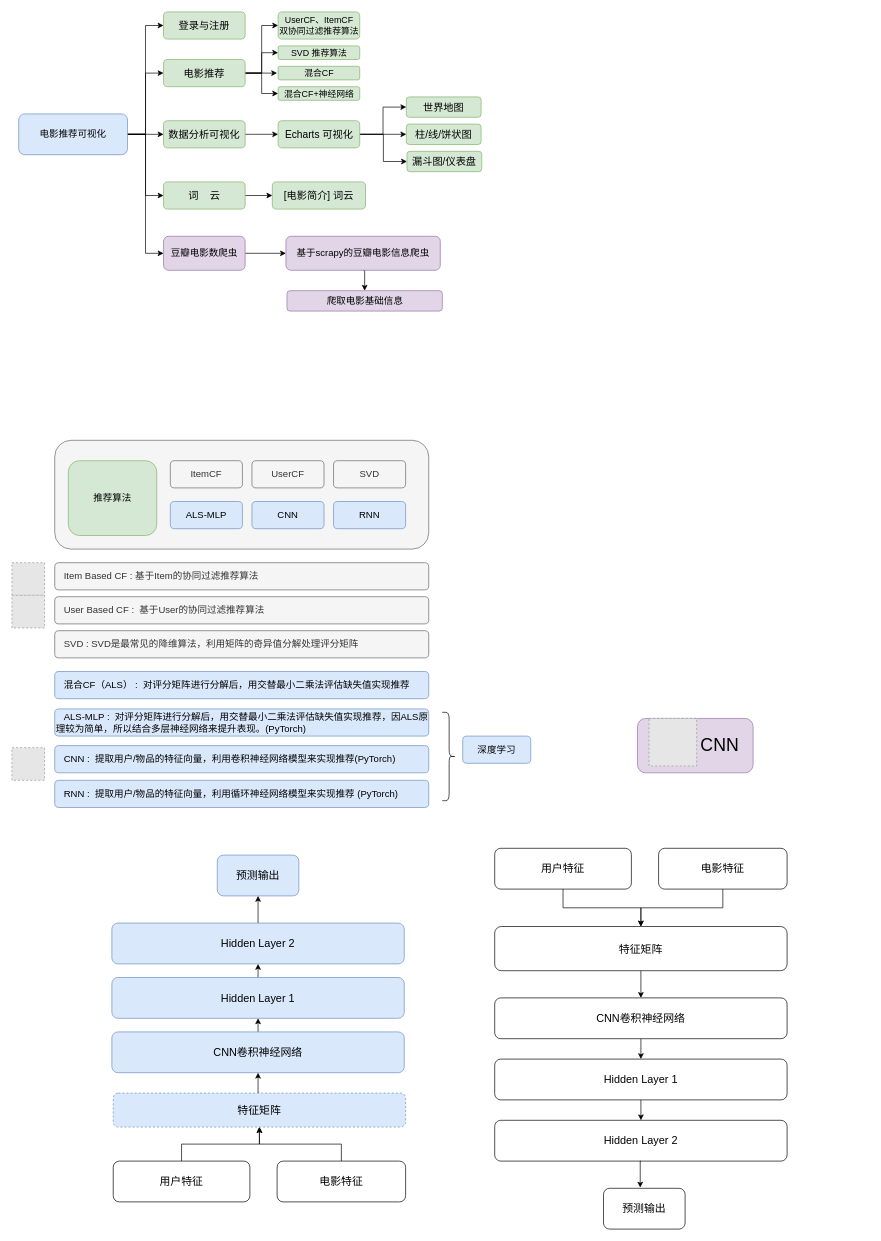
Before: FLASK/25-CNN电影推荐可视化.drawio in redcomet88/DRAW, a draw.io diagram. Source tidied: cells renumbered, new cells numbered last; positions are measured from the earlier drawing's top-left corner, leaving out a move shared by most shapes. Both pictures are drawn from the tidied source at 68%, with x=0, y=0 at pixel (12, 12). Pictures stored in the file or linked from it are replaced by grey dashed boxes.
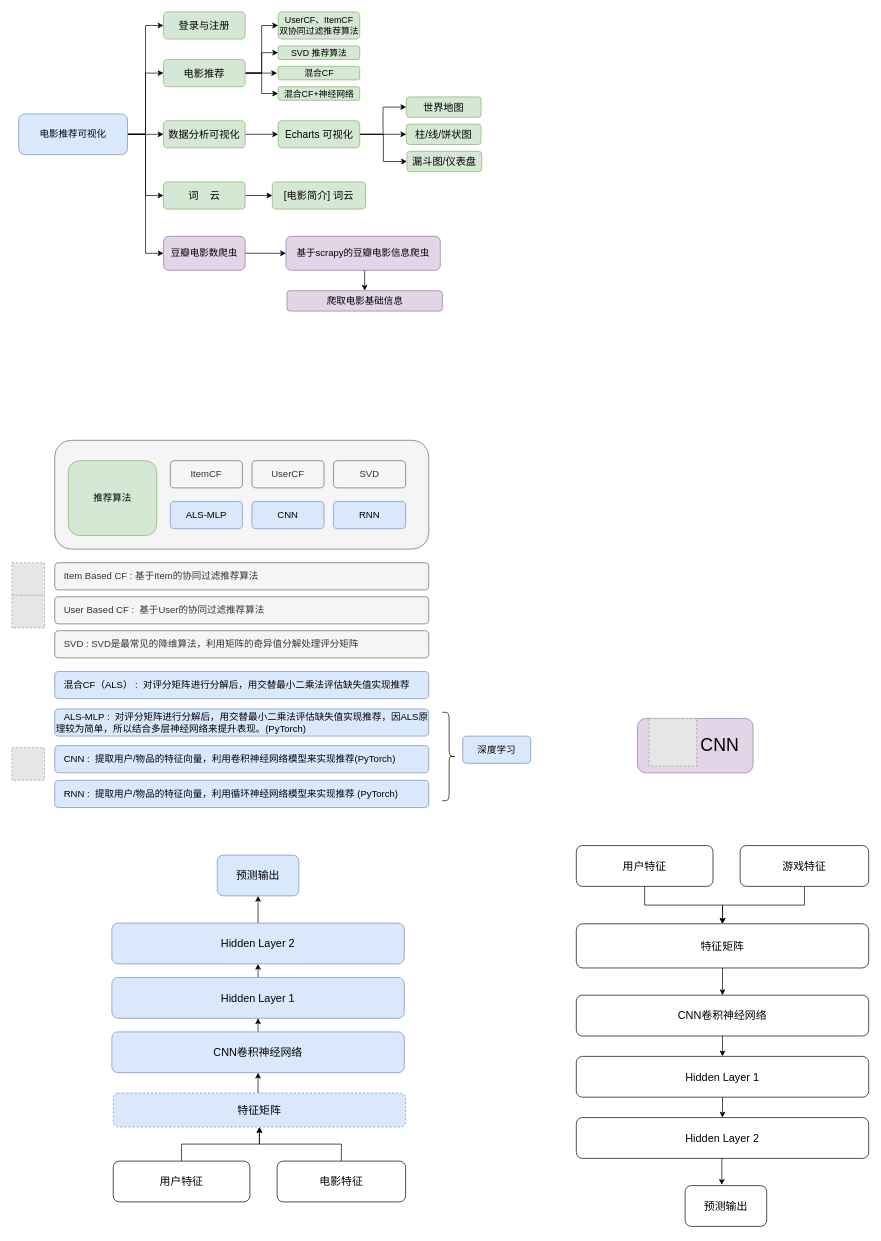
The same page after the edit.

Commit message:
更新25-CNN电影推荐可视化.drawio

What changed in the source:
```diff
@@
     <mxCell id="70" value="用户特征" style="rounded=1;whiteSpace=wrap;html=1;fontSize=16;" parent="1" vertex="1">
-      <mxGeometry x="710" y="1230" width="201" height="60" as="geometry" />
+      <mxGeometry x="830" y="1226" width="201" height="60" as="geometry" />
     </mxCell>
@@
-    <mxCell id="72" value="电影特征" style="rounded=1;whiteSpace=wrap;html=1;fontSize=16;" parent="1" vertex="1">
-      <mxGeometry x="951" y="1230" width="189" height="60" as="geometry" />
+    <mxCell id="72" value="游戏特征" style="rounded=1;whiteSpace=wrap;html=1;fontSize=16;" parent="1" vertex="1">
+      <mxGeometry x="1071" y="1226" width="189" height="60" as="geometry" />
     </mxCell>
@@
     <mxCell id="74" value="特征矩阵" style="rounded=1;whiteSpace=wrap;html=1;fontSize=16;" parent="1" vertex="1">
-      <mxGeometry x="710" y="1345" width="430" height="65" as="geometry" />
+      <mxGeometry x="830" y="1341" width="430" height="65" as="geometry" />
     </mxCell>
@@
     <mxCell id="76" value="CNN卷积神经网络" style="rounded=1;whiteSpace=wrap;html=1;fontSize=16;" parent="1" vertex="1">
-      <mxGeometry x="710" y="1450" width="430" height="60" as="geometry" />
+      <mxGeometry x="830" y="1446" width="430" height="60" as="geometry" />
     </mxCell>
@@
     <mxCell id="78" value="Hidden Layer 1" style="rounded=1;whiteSpace=wrap;html=1;fontSize=16;" parent="1" vertex="1">
-      <mxGeometry x="710" y="1540" width="430" height="60" as="geometry" />
+      <mxGeometry x="830" y="1536" width="430" height="60" as="geometry" />
     </mxCell>
     <mxCell id="79" value="Hidden Layer 2" style="rounded=1;whiteSpace=wrap;html=1;fontSize=16;" parent="1" vertex="1">
-      <mxGeometry x="710" y="1630" width="430" height="60" as="geometry" />
+      <mxGeometry x="830" y="1626" width="430" height="60" as="geometry" />
     </mxCell>
     <mxCell id="80" value="预测输出" style="rounded=1;whiteSpace=wrap;html=1;fontSize=16;" parent="1" vertex="1">
-      <mxGeometry x="870" y="1730" width="120" height="60" as="geometry" />
+      <mxGeometry x="990" y="1726" width="120" height="60" as="geometry" />
     </mxCell>
```
